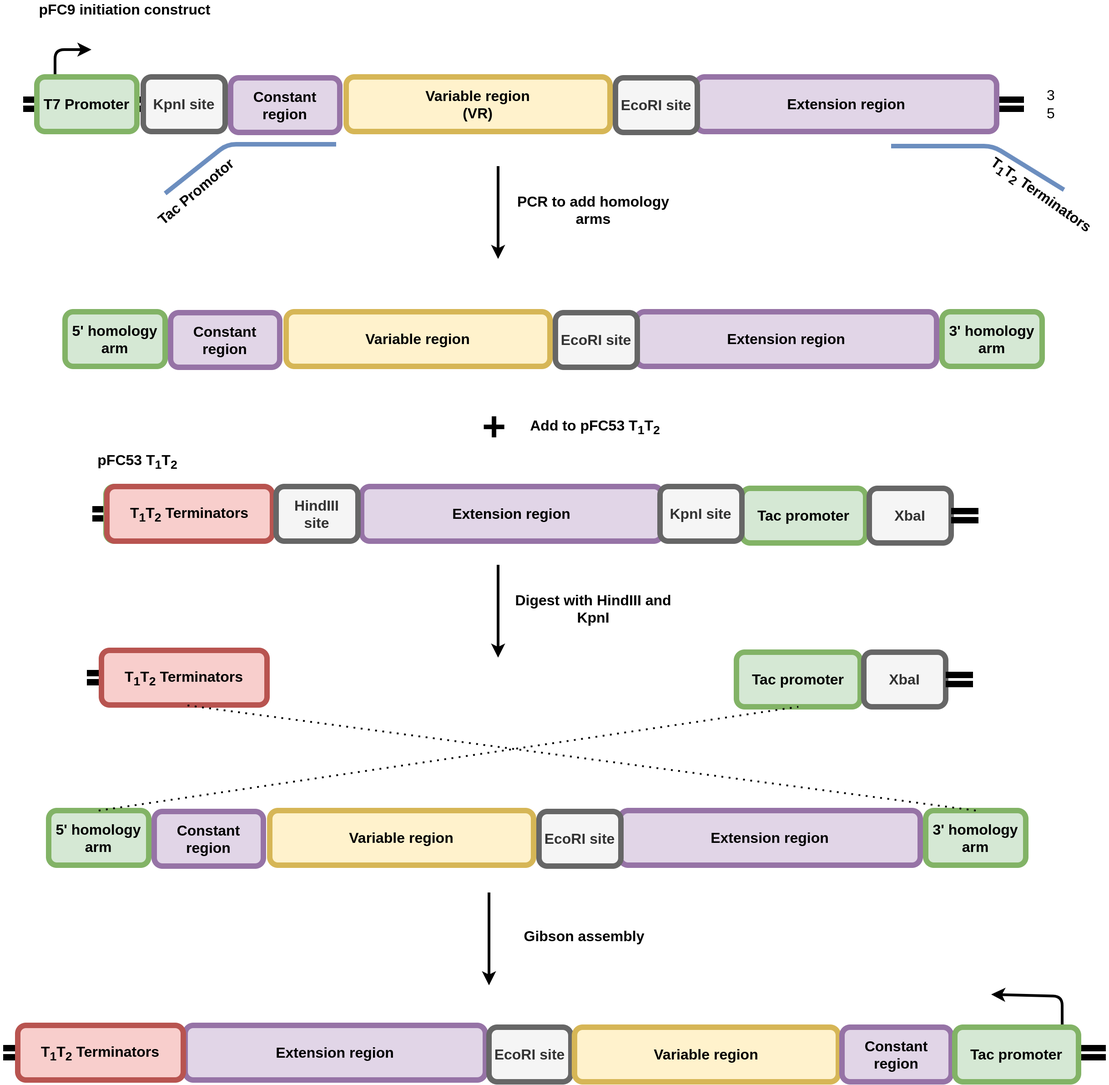
Before: images/initiation_assembly_t1t2.png, a diagram exported from draw.io (EthanHolleman/VR-cloning-protocol). Source tidied: cells renumbered, new cells last; positions are measured from the earlier drawing's top-left corner, leaving out a move shared by most shapes.
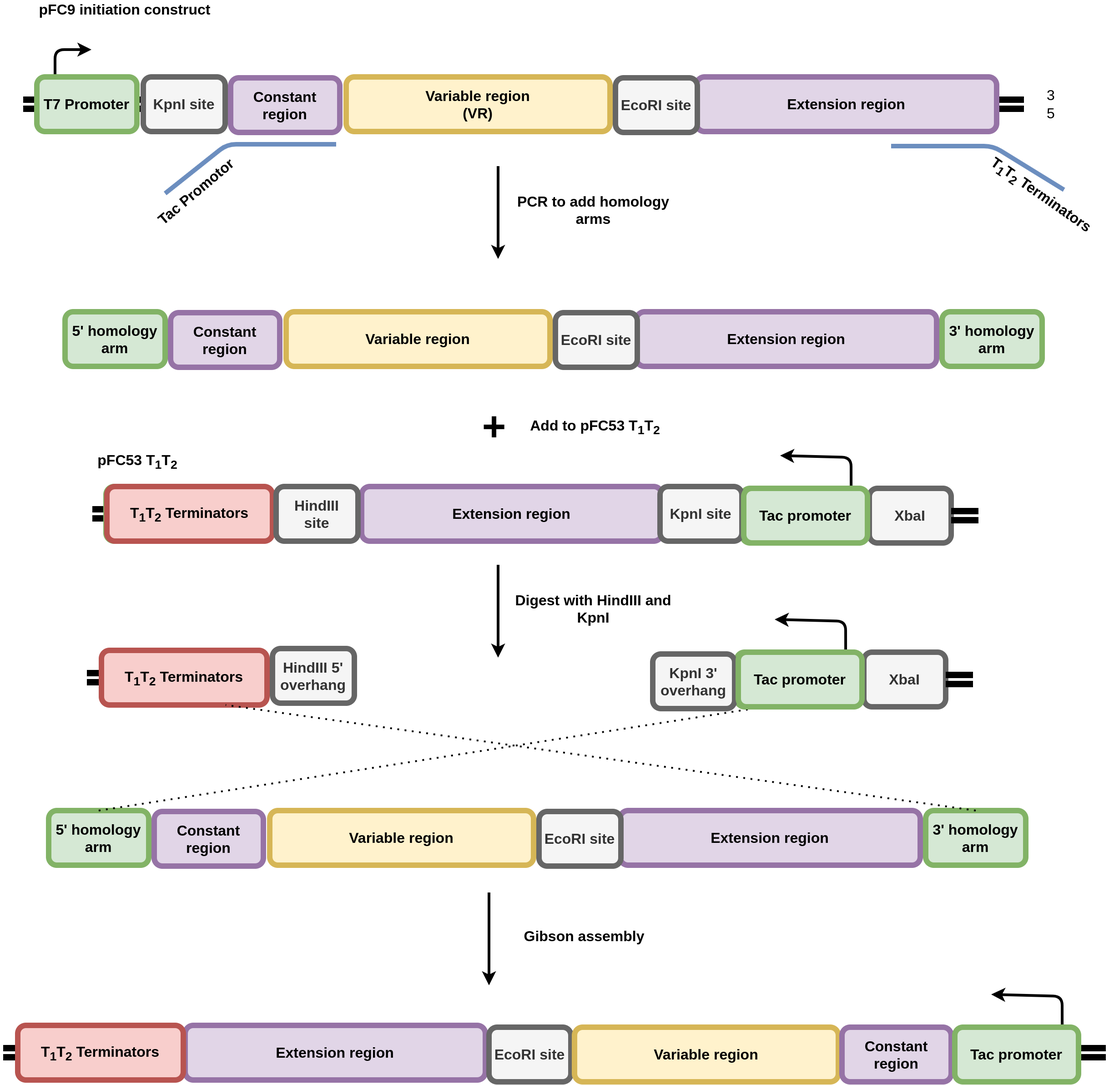
After the commit.

The edit, as a diff of the source:
```diff
@@ -165,10 +165,10 @@
     <mxCell id="43" value="3' homology arm" style="rounded=1;whiteSpace=wrap;html=1;strokeWidth=6;rotation=0;fillColor=#d5e8d4;strokeColor=#82b366;fontStyle=1;fontSize=16;" parent="1" vertex="1">
       <mxGeometry x="1014" y="890" width="110" height="60" as="geometry" />
     </mxCell>
-    <mxCell id="44" style="endArrow=none;dashed=1;html=1;dashPattern=1 3;strokeWidth=2;fontSize=16;entryX=0.5;entryY=1;entryDx=0;entryDy=0;exitX=0.5;exitY=0;exitDx=0;exitDy=0;" parent="1" edge="1" source="38" target="35">
+    <mxCell id="44" style="endArrow=none;dashed=1;html=1;dashPattern=1 3;strokeWidth=2;fontSize=16;exitX=0.5;exitY=0;exitDx=0;exitDy=0;entryX=0.18;entryY=1.017;entryDx=0;entryDy=0;entryPerimeter=0;" parent="1" edge="1" source="38" target="35">
       <mxGeometry relative="1" as="geometry" />
     </mxCell>
-    <mxCell id="45" style="endArrow=none;dashed=1;html=1;dashPattern=1 3;strokeWidth=2;fontSize=16;entryX=0.5;entryY=1;entryDx=0;entryDy=0;exitX=0.5;exitY=0;exitDx=0;exitDy=0;" parent="1" edge="1" source="43" target="37">
+    <mxCell id="45" style="endArrow=none;dashed=1;html=1;dashPattern=1 3;strokeWidth=2;fontSize=16;entryX=0.75;entryY=1;entryDx=0;entryDy=0;exitX=0.5;exitY=0;exitDx=0;exitDy=0;" parent="1" edge="1" source="43" target="37">
       <mxGeometry relative="1" as="geometry" />
     </mxCell>
     <mxCell id="46" value="Extension region" style="rounded=1;whiteSpace=wrap;html=1;strokeWidth=6;rotation=0;fillColor=#e1d5e7;strokeColor=#9673a6;fontStyle=1;fontSize=16;" parent="1" vertex="1">
@@ -257,5 +257,33 @@
     <mxCell id="64" value="&lt;span style=&quot;font-weight: 700&quot;&gt;pFC53 T&lt;/span&gt;&lt;sub style=&quot;font-weight: 700&quot;&gt;1&lt;/sub&gt;&lt;span style=&quot;font-weight: 700&quot;&gt;T&lt;/span&gt;&lt;sub style=&quot;font-weight: 700&quot;&gt;2&lt;/sub&gt;" style="text;html=1;strokeColor=none;fillColor=none;align=center;verticalAlign=middle;whiteSpace=wrap;rounded=0;fontSize=16;" parent="1" vertex="1">
       <mxGeometry x="44" y="496" width="208" height="20" as="geometry" />
     </mxCell>
+    <mxCell id="65" value="HindIII 5' overhang" style="rounded=1;whiteSpace=wrap;html=1;fillColor=#f5f5f5;strokeColor=#666666;fontStyle=1;fontSize=16;fontColor=#333333;strokeWidth=6;" parent="1" vertex="1">
+      <mxGeometry x="296" y="712" width="90" height="60" as="geometry" />
+    </mxCell>
+    <mxCell id="66" value="KpnI 3' overhang" style="rounded=1;whiteSpace=wrap;html=1;fillColor=#f5f5f5;strokeColor=#666666;fontStyle=1;fontSize=16;fontColor=#333333;strokeWidth=6;" parent="1" vertex="1">
+      <mxGeometry x="714" y="718" width="90" height="60" as="geometry" />
+    </mxCell>
+    <mxCell id="67" style="endArrow=classic;html=1;fontSize=16;strokeWidth=3;exitX=0.868;exitY=0;exitDx=0;exitDy=0;exitPerimeter=0;" parent="1" edge="1" source="68">
+      <mxGeometry relative="1" as="geometry">
+        <mxPoint x="848" y="680" as="targetPoint" />
+        <Array as="points">
+          <mxPoint x="926" y="682" />
+        </Array>
+      </mxGeometry>
+    </mxCell>
+    <mxCell id="68" value="Tac promoter" style="rounded=1;whiteSpace=wrap;html=1;strokeWidth=6;rotation=0;fillColor=#d5e8d4;strokeColor=#82b366;fontStyle=1;fontSize=16;" parent="1" vertex="1">
+      <mxGeometry x="808" y="716" width="136" height="60" as="geometry" />
+    </mxCell>
+    <mxCell id="69" style="endArrow=classic;html=1;fontSize=16;strokeWidth=3;exitX=0.868;exitY=0;exitDx=0;exitDy=0;exitPerimeter=0;" parent="1" edge="1" source="70">
+      <mxGeometry relative="1" as="geometry">
+        <mxPoint x="854" y="500" as="targetPoint" />
+        <Array as="points">
+          <mxPoint x="932" y="502" />
+        </Array>
+      </mxGeometry>
+    </mxCell>
+    <mxCell id="70" value="Tac promoter" style="rounded=1;whiteSpace=wrap;html=1;strokeWidth=6;rotation=0;fillColor=#d5e8d4;strokeColor=#82b366;fontStyle=1;fontSize=16;" parent="1" vertex="1">
+      <mxGeometry x="814" y="536" width="136" height="60" as="geometry" />
+    </mxCell>
   </root>
 </mxGraphModel>
```
